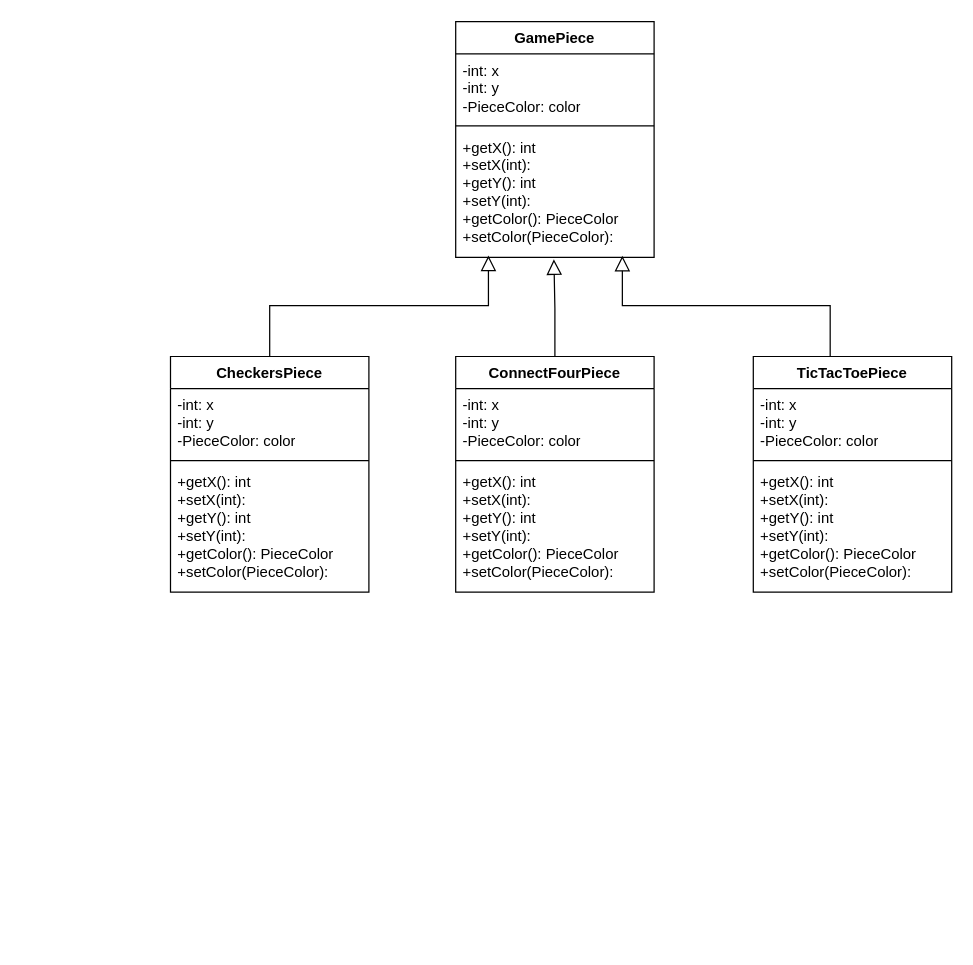
Above: Iteration_1/Backend/StructureDiagrams/Game_piece_structure_diagram.drawio in m-yoon02/Condensation (draw.io), before the change. Source tidied: cells renumbered, new cells numbered last; positions are measured from the earlier drawing's top-left corner, leaving out a move shared by most shapes. Both pictures are drawn from the tidied source at 124%, with x=0, y=0 at pixel (170, 21).
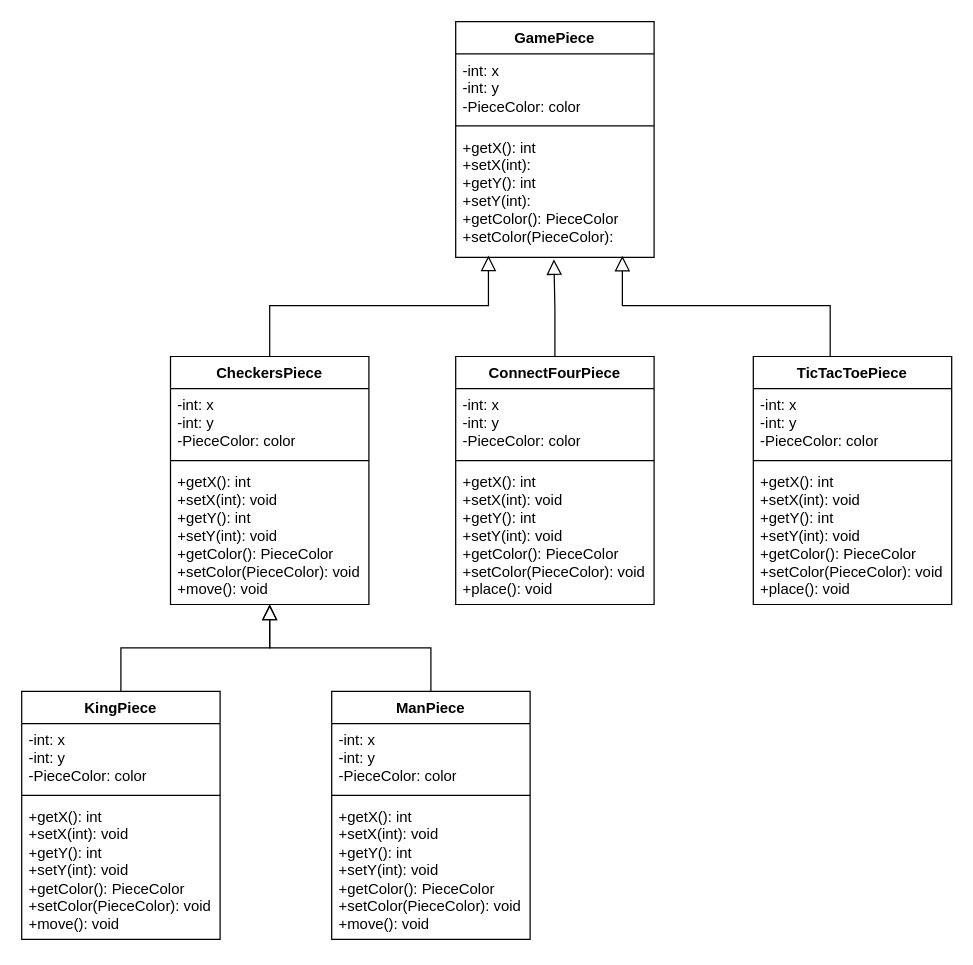
Above is the later version.

Commit message:
Added subclasses of CheckersPiece for King and Man, added move and place methods for Pieces. Clarified void for setters.

What changed in the source:
```diff
@@
     <mxCell id="6" value="CheckersPiece" style="swimlane;fontStyle=1;align=center;verticalAlign=top;horizontal=1;startSize=26;whiteSpace=wrap;html=1;" parent="1" vertex="1">
-      <mxGeometry y="270" width="160" height="190" as="geometry" />
+      <mxGeometry y="270" width="160" height="200" as="geometry" />
     </mxCell>
@@
-    <mxCell id="9" value="&lt;div&gt;&lt;div&gt;&lt;div&gt;&lt;div&gt;&lt;span style=&quot;background-color: initial;&quot;&gt;+getX(): int&lt;/span&gt;&lt;div&gt;+setX(int):&lt;/div&gt;&lt;div&gt;+getY(): int&lt;/div&gt;&lt;div&gt;+setY(int):&lt;/div&gt;&lt;div&gt;+getColor(): PieceColor&lt;/div&gt;&lt;div&gt;+setColor(PieceColor):&lt;/div&gt;&lt;div&gt;&lt;br&gt;&lt;/div&gt;&lt;/div&gt;&lt;/div&gt;&lt;/div&gt;&lt;/div&gt;" style="text;strokeColor=none;fillColor=none;align=left;verticalAlign=top;spacingLeft=4;spacingRight=4;overflow=hidden;whiteSpace=wrap;html=1;" parent="6" vertex="1">
-      <mxGeometry y="88" width="160" height="102" as="geometry" />
+    <mxCell id="9" value="&lt;div&gt;&lt;div&gt;&lt;div&gt;&lt;div&gt;&lt;span style=&quot;background-color: initial;&quot;&gt;+getX(): int&lt;/span&gt;&lt;div&gt;+setX(int): void&lt;/div&gt;&lt;div&gt;+getY(): int&lt;/div&gt;&lt;div&gt;+setY(int): void&lt;/div&gt;&lt;div&gt;+getColor(): PieceColor&lt;/div&gt;&lt;div&gt;+setColor(PieceColor): void&lt;/div&gt;&lt;div&gt;+move(): void&lt;/div&gt;&lt;/div&gt;&lt;/div&gt;&lt;/div&gt;&lt;/div&gt;" style="text;strokeColor=none;fillColor=none;align=left;verticalAlign=top;spacingLeft=4;spacingRight=4;overflow=hidden;whiteSpace=wrap;html=1;" parent="6" vertex="1">
+      <mxGeometry y="88" width="160" height="112" as="geometry" />
     </mxCell>
     <mxCell id="10" value="ConnectFourPiece" style="swimlane;fontStyle=1;align=center;verticalAlign=top;horizontal=1;startSize=26;whiteSpace=wrap;html=1;" parent="1" vertex="1">
-      <mxGeometry x="230" y="270" width="160" height="190" as="geometry" />
+      <mxGeometry x="230" y="270" width="160" height="200" as="geometry" />
     </mxCell>
@@
-    <mxCell id="13" value="&lt;div&gt;&lt;div&gt;&lt;div&gt;&lt;div&gt;&lt;span style=&quot;background-color: initial;&quot;&gt;+getX(): int&lt;/span&gt;&lt;div&gt;+setX(int):&lt;/div&gt;&lt;div&gt;+getY(): int&lt;/div&gt;&lt;div&gt;+setY(int):&lt;/div&gt;&lt;div&gt;+getColor(): PieceColor&lt;/div&gt;&lt;div&gt;+setColor(PieceColor):&lt;/div&gt;&lt;div&gt;&lt;br&gt;&lt;/div&gt;&lt;/div&gt;&lt;/div&gt;&lt;/div&gt;&lt;/div&gt;" style="text;strokeColor=none;fillColor=none;align=left;verticalAlign=top;spacingLeft=4;spacingRight=4;overflow=hidden;whiteSpace=wrap;html=1;" parent="10" vertex="1">
-      <mxGeometry y="88" width="160" height="102" as="geometry" />
+    <mxCell id="13" value="&lt;span style=&quot;background-color: initial;&quot;&gt;+getX(): int&lt;/span&gt;&lt;div&gt;+setX(int): void&lt;/div&gt;&lt;div&gt;+getY(): int&lt;/div&gt;&lt;div&gt;+setY(int): void&lt;/div&gt;&lt;div&gt;+getColor(): PieceColor&lt;/div&gt;&lt;div&gt;+setColor(PieceColor): void&lt;/div&gt;&lt;div&gt;+place(): void&lt;/div&gt;" style="text;strokeColor=none;fillColor=none;align=left;verticalAlign=top;spacingLeft=4;spacingRight=4;overflow=hidden;whiteSpace=wrap;html=1;" parent="10" vertex="1">
+      <mxGeometry y="88" width="160" height="112" as="geometry" />
     </mxCell>
     <mxCell id="14" value="TicTacToePiece" style="swimlane;fontStyle=1;align=center;verticalAlign=top;horizontal=1;startSize=26;whiteSpace=wrap;html=1;" parent="1" vertex="1">
-      <mxGeometry x="470" y="270" width="160" height="190" as="geometry" />
+      <mxGeometry x="470" y="270" width="160" height="200" as="geometry" />
     </mxCell>
@@
-    <mxCell id="17" value="&lt;div&gt;&lt;div&gt;&lt;div&gt;&lt;div&gt;&lt;span style=&quot;background-color: initial;&quot;&gt;+getX(): int&lt;/span&gt;&lt;div&gt;+setX(int):&lt;/div&gt;&lt;div&gt;+getY(): int&lt;/div&gt;&lt;div&gt;+setY(int):&lt;/div&gt;&lt;div&gt;+getColor(): PieceColor&lt;/div&gt;&lt;div&gt;+setColor(PieceColor):&lt;/div&gt;&lt;div&gt;&lt;br&gt;&lt;/div&gt;&lt;/div&gt;&lt;/div&gt;&lt;/div&gt;&lt;/div&gt;" style="text;strokeColor=none;fillColor=none;align=left;verticalAlign=top;spacingLeft=4;spacingRight=4;overflow=hidden;whiteSpace=wrap;html=1;" parent="14" vertex="1">
-      <mxGeometry y="88" width="160" height="102" as="geometry" />
+    <mxCell id="17" value="&lt;div&gt;&lt;div&gt;&lt;div&gt;&lt;div&gt;&lt;span style=&quot;background-color: initial;&quot;&gt;+getX(): int&lt;/span&gt;&lt;div&gt;+setX(int): void&lt;/div&gt;&lt;div&gt;+getY(): int&lt;/div&gt;&lt;div&gt;+setY(int): void&lt;/div&gt;&lt;div&gt;+getColor(): PieceColor&lt;/div&gt;&lt;div&gt;+setColor(PieceColor): void&lt;/div&gt;&lt;div&gt;+place(): void&lt;/div&gt;&lt;/div&gt;&lt;/div&gt;&lt;/div&gt;&lt;/div&gt;" style="text;strokeColor=none;fillColor=none;align=left;verticalAlign=top;spacingLeft=4;spacingRight=4;overflow=hidden;whiteSpace=wrap;html=1;" parent="14" vertex="1">
+      <mxGeometry y="88" width="160" height="112" as="geometry" />
     </mxCell>
@@
+    <mxCell id="21" value="KingPiece" style="swimlane;fontStyle=1;align=center;verticalAlign=top;horizontal=1;startSize=26;whiteSpace=wrap;html=1;" parent="1" vertex="1">
+      <mxGeometry x="-120" y="540" width="160" height="200" as="geometry" />
+    </mxCell>
+    <mxCell id="22" value="-int: x&lt;br&gt;&lt;div&gt;-int: y&lt;/div&gt;&lt;div&gt;-PieceColor: color&lt;/div&gt;" style="text;strokeColor=none;fillColor=none;align=left;verticalAlign=top;spacingLeft=4;spacingRight=4;overflow=hidden;whiteSpace=wrap;html=1;" parent="21" vertex="1">
+      <mxGeometry y="26" width="160" height="54" as="geometry" />
+    </mxCell>
+    <mxCell id="23" style="line;strokeWidth=1;fillColor=none;align=left;verticalAlign=middle;spacingTop=-1;spacingLeft=3;spacingRight=3;labelPosition=right;strokeColor=inherit;" parent="21" vertex="1">
+      <mxGeometry y="80" width="160" height="8" as="geometry" />
+    </mxCell>
+    <mxCell id="24" value="&lt;div&gt;&lt;div&gt;&lt;div&gt;&lt;div&gt;&lt;span style=&quot;background-color: initial;&quot;&gt;+getX(): int&lt;/span&gt;&lt;div&gt;+setX(int): void&lt;/div&gt;&lt;div&gt;+getY(): int&lt;/div&gt;&lt;div&gt;+setY(int): void&lt;/div&gt;&lt;div&gt;+getColor(): PieceColor&lt;/div&gt;&lt;div&gt;+setColor(PieceColor): void&lt;/div&gt;&lt;div&gt;+move(): void&lt;/div&gt;&lt;/div&gt;&lt;/div&gt;&lt;/div&gt;&lt;/div&gt;" style="text;strokeColor=none;fillColor=none;align=left;verticalAlign=top;spacingLeft=4;spacingRight=4;overflow=hidden;whiteSpace=wrap;html=1;" parent="21" vertex="1">
+      <mxGeometry y="88" width="160" height="112" as="geometry" />
+    </mxCell>
+    <mxCell id="25" value="ManPiece" style="swimlane;fontStyle=1;align=center;verticalAlign=top;horizontal=1;startSize=26;whiteSpace=wrap;html=1;" parent="1" vertex="1">
+      <mxGeometry x="130" y="540" width="160" height="200" as="geometry" />
+    </mxCell>
+    <mxCell id="26" value="-int: x&lt;br&gt;&lt;div&gt;-int: y&lt;/div&gt;&lt;div&gt;-PieceColor: color&lt;/div&gt;" style="text;strokeColor=none;fillColor=none;align=left;verticalAlign=top;spacingLeft=4;spacingRight=4;overflow=hidden;whiteSpace=wrap;html=1;" parent="25" vertex="1">
+      <mxGeometry y="26" width="160" height="54" as="geometry" />
+    </mxCell>
+    <mxCell id="27" style="line;strokeWidth=1;fillColor=none;align=left;verticalAlign=middle;spacingTop=-1;spacingLeft=3;spacingRight=3;labelPosition=right;strokeColor=inherit;" parent="25" vertex="1">
+      <mxGeometry y="80" width="160" height="8" as="geometry" />
+    </mxCell>
+    <mxCell id="28" value="&lt;div&gt;&lt;div&gt;&lt;div&gt;&lt;div&gt;&lt;span style=&quot;background-color: initial;&quot;&gt;+getX(): int&lt;/span&gt;&lt;div&gt;+setX(int): void&lt;/div&gt;&lt;div&gt;+getY(): int&lt;/div&gt;&lt;div&gt;+setY(int): void&lt;/div&gt;&lt;div&gt;+getColor(): PieceColor&lt;/div&gt;&lt;div&gt;+setColor(PieceColor): void&lt;/div&gt;&lt;div&gt;+move(): void&lt;/div&gt;&lt;/div&gt;&lt;/div&gt;&lt;/div&gt;&lt;/div&gt;" style="text;strokeColor=none;fillColor=none;align=left;verticalAlign=top;spacingLeft=4;spacingRight=4;overflow=hidden;whiteSpace=wrap;html=1;" parent="25" vertex="1">
+      <mxGeometry y="88" width="160" height="112" as="geometry" />
+    </mxCell>
+    <mxCell id="29" style="endArrow=block;endSize=10;endFill=0;shadow=0;strokeWidth=1;rounded=0;curved=0;edgeStyle=elbowEdgeStyle;elbow=vertical;exitX=0.5;exitY=0;exitDx=0;exitDy=0;entryX=0.5;entryY=1;entryDx=0;entryDy=0;" parent="1" edge="1" source="21" target="6">
+      <mxGeometry relative="1" as="geometry" />
+    </mxCell>
+    <mxCell id="30" style="endArrow=block;endSize=10;endFill=0;shadow=0;strokeWidth=1;rounded=0;curved=0;edgeStyle=elbowEdgeStyle;elbow=vertical;exitX=0.5;exitY=0;exitDx=0;exitDy=0;entryX=0.5;entryY=1;entryDx=0;entryDy=0;" parent="1" edge="1" source="25" target="6">
+      <mxGeometry relative="1" as="geometry" />
+    </mxCell>
```
